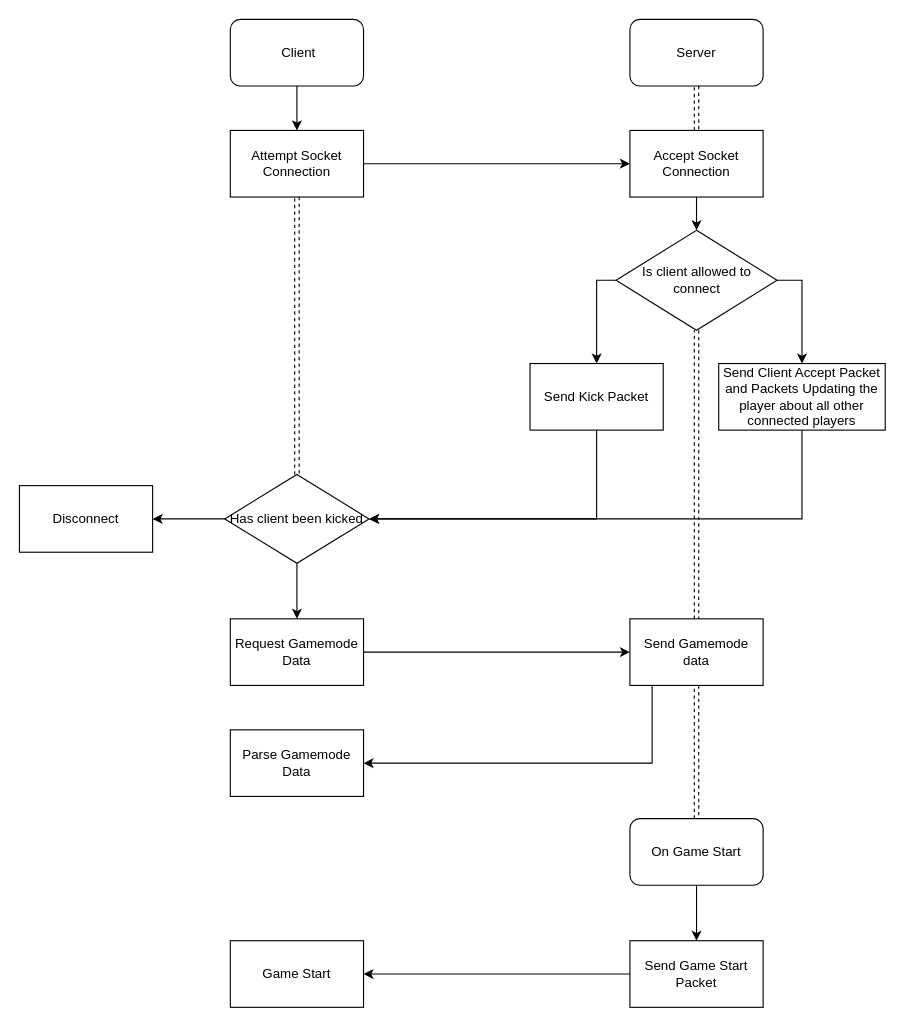
The draw.io diagram page "Pregame Flow" (4 of 5) of Plan Diagram (draw.io).drawio in Robert-M-Lucas/NEA, before the edit. Source tidied: cells renumbered, new cells numbered last; positions are measured from the earlier drawing's top-left corner, leaving out a move shared by most shapes. Both pictures are drawn from the tidied source at 111%, with x=0, y=0 at pixel (19, 19).
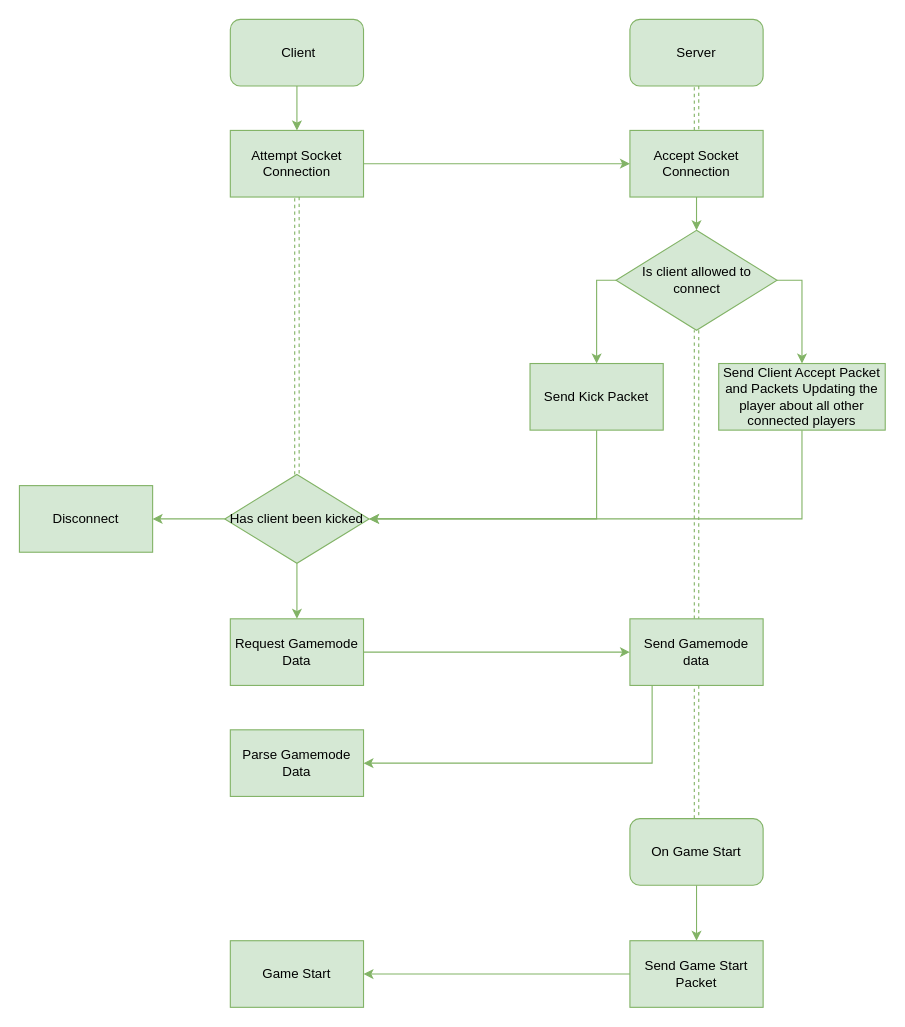
The same diagram, later.

The edit, as a diff of the source:
```diff
@@
-    <mxCell id="2" style="edgeStyle=orthogonalEdgeStyle;rounded=0;jettySize=auto;html=1;entryX=0.5;entryY=0;entryDx=0;entryDy=0;" parent="1" edge="1" source="3" target="6">
+    <mxCell id="2" style="edgeStyle=orthogonalEdgeStyle;rounded=0;jettySize=auto;html=1;entryX=0.5;entryY=0;entryDx=0;entryDy=0;fillColor=#d5e8d4;strokeColor=#82b366;" parent="1" edge="1" source="3" target="6">
       <mxGeometry relative="1" as="geometry" />
     </mxCell>
-    <mxCell id="3" value="&amp;nbsp;Client" style="rounded=1;whiteSpace=wrap;html=1;" parent="1" vertex="1">
+    <mxCell id="3" value="&amp;nbsp;Client" style="rounded=1;whiteSpace=wrap;html=1;fillColor=#d5e8d4;strokeColor=#82b366;" parent="1" vertex="1">
       <mxGeometry x="190" width="120" height="60" as="geometry" />
     </mxCell>
-    <mxCell id="4" style="edgeStyle=orthogonalEdgeStyle;rounded=0;jettySize=auto;html=1;entryX=0;entryY=0.5;entryDx=0;entryDy=0;" parent="1" edge="1" source="6" target="10">
+    <mxCell id="4" style="edgeStyle=orthogonalEdgeStyle;rounded=0;jettySize=auto;html=1;entryX=0;entryY=0.5;entryDx=0;entryDy=0;fillColor=#d5e8d4;strokeColor=#82b366;" parent="1" edge="1" source="6" target="10">
       <mxGeometry relative="1" as="geometry" />
     </mxCell>
-    <mxCell id="5" style="edgeStyle=orthogonalEdgeStyle;shape=link;rounded=0;jettySize=auto;html=1;exitX=0.5;exitY=1;exitDx=0;exitDy=0;entryX=0.5;entryY=0;entryDx=0;entryDy=0;dashed=1;" parent="1" edge="1" source="6" target="21">
+    <mxCell id="5" style="edgeStyle=orthogonalEdgeStyle;shape=link;rounded=0;jettySize=auto;html=1;exitX=0.5;exitY=1;exitDx=0;exitDy=0;entryX=0.5;entryY=0;entryDx=0;entryDy=0;dashed=1;fillColor=#d5e8d4;strokeColor=#82b366;" parent="1" edge="1" source="6" target="21">
       <mxGeometry relative="1" as="geometry" />
     </mxCell>
-    <mxCell id="6" value="Attempt Socket Connection" style="rounded=0;whiteSpace=wrap;html=1;" parent="1" vertex="1">
+    <mxCell id="6" value="Attempt Socket Connection" style="rounded=0;whiteSpace=wrap;html=1;fillColor=#d5e8d4;strokeColor=#82b366;" parent="1" vertex="1">
       <mxGeometry x="190" y="100" width="120" height="60" as="geometry" />
     </mxCell>
-    <mxCell id="7" style="edgeStyle=orthogonalEdgeStyle;shape=link;rounded=0;jettySize=auto;html=1;exitX=0.5;exitY=1;exitDx=0;exitDy=0;entryX=0.5;entryY=0;entryDx=0;entryDy=0;dashed=1;" parent="1" edge="1" source="8" target="10">
+    <mxCell id="7" style="edgeStyle=orthogonalEdgeStyle;shape=link;rounded=0;jettySize=auto;html=1;exitX=0.5;exitY=1;exitDx=0;exitDy=0;entryX=0.5;entryY=0;entryDx=0;entryDy=0;dashed=1;fillColor=#d5e8d4;strokeColor=#82b366;" parent="1" edge="1" source="8" target="10">
       <mxGeometry relative="1" as="geometry" />
     </mxCell>
-    <mxCell id="8" value="Server" style="rounded=1;whiteSpace=wrap;html=1;" parent="1" vertex="1">
+    <mxCell id="8" value="Server" style="rounded=1;whiteSpace=wrap;html=1;fillColor=#d5e8d4;strokeColor=#82b366;" parent="1" vertex="1">
       <mxGeometry x="550" width="120" height="60" as="geometry" />
     </mxCell>
-    <mxCell id="9" style="edgeStyle=orthogonalEdgeStyle;rounded=0;jettySize=auto;html=1;" parent="1" edge="1" source="10" target="14">
+    <mxCell id="9" style="edgeStyle=orthogonalEdgeStyle;rounded=0;jettySize=auto;html=1;fillColor=#d5e8d4;strokeColor=#82b366;" parent="1" edge="1" source="10" target="14">
       <mxGeometry relative="1" as="geometry" />
     </mxCell>
-    <mxCell id="10" value="Accept Socket Connection" style="rounded=0;whiteSpace=wrap;html=1;" parent="1" vertex="1">
+    <mxCell id="10" value="Accept Socket Connection" style="rounded=0;whiteSpace=wrap;html=1;fillColor=#d5e8d4;strokeColor=#82b366;" parent="1" vertex="1">
       <mxGeometry x="550" y="100" width="120" height="60" as="geometry" />
     </mxCell>
-    <mxCell id="11" style="edgeStyle=orthogonalEdgeStyle;rounded=0;jettySize=auto;html=1;entryX=0.5;entryY=0;entryDx=0;entryDy=0;" parent="1" edge="1" source="14" target="16">
+    <mxCell id="11" style="edgeStyle=orthogonalEdgeStyle;rounded=0;jettySize=auto;html=1;entryX=0.5;entryY=0;entryDx=0;entryDy=0;fillColor=#d5e8d4;strokeColor=#82b366;" parent="1" edge="1" source="14" target="16">
       <mxGeometry relative="1" as="geometry">
         <Array as="points">
           <mxPoint x="520" y="235" />
         </Array>
       </mxGeometry>
     </mxCell>
-    <mxCell id="12" style="edgeStyle=orthogonalEdgeStyle;rounded=0;jettySize=auto;html=1;exitX=1;exitY=0.5;exitDx=0;exitDy=0;entryX=0.5;entryY=0;entryDx=0;entryDy=0;" parent="1" edge="1" source="14" target="18">
+    <mxCell id="12" style="edgeStyle=orthogonalEdgeStyle;rounded=0;jettySize=auto;html=1;exitX=1;exitY=0.5;exitDx=0;exitDy=0;entryX=0.5;entryY=0;entryDx=0;entryDy=0;fillColor=#d5e8d4;strokeColor=#82b366;" parent="1" edge="1" source="14" target="18">
       <mxGeometry relative="1" as="geometry" />
     </mxCell>
-    <mxCell id="13" style="edgeStyle=orthogonalEdgeStyle;shape=link;rounded=0;jettySize=auto;html=1;exitX=0.5;exitY=1;exitDx=0;exitDy=0;entryX=0.5;entryY=0;entryDx=0;entryDy=0;dashed=1;" parent="1" edge="1" source="14" target="27">
+    <mxCell id="13" style="edgeStyle=orthogonalEdgeStyle;shape=link;rounded=0;jettySize=auto;html=1;exitX=0.5;exitY=1;exitDx=0;exitDy=0;entryX=0.5;entryY=0;entryDx=0;entryDy=0;dashed=1;fillColor=#d5e8d4;strokeColor=#82b366;" parent="1" edge="1" source="14" target="27">
       <mxGeometry relative="1" as="geometry" />
     </mxCell>
-    <mxCell id="14" value="Is client allowed to connect" style="rhombus;whiteSpace=wrap;html=1;rounded=0;" parent="1" vertex="1">
+    <mxCell id="14" value="Is client allowed to connect" style="rhombus;whiteSpace=wrap;html=1;rounded=0;fillColor=#d5e8d4;strokeColor=#82b366;" parent="1" vertex="1">
       <mxGeometry x="537.5" y="190" width="145" height="90" as="geometry" />
     </mxCell>
-    <mxCell id="15" style="edgeStyle=orthogonalEdgeStyle;rounded=0;jettySize=auto;html=1;entryX=1;entryY=0.5;entryDx=0;entryDy=0;" parent="1" edge="1" source="16" target="21">
+    <mxCell id="15" style="edgeStyle=orthogonalEdgeStyle;rounded=0;jettySize=auto;html=1;entryX=1;entryY=0.5;entryDx=0;entryDy=0;fillColor=#d5e8d4;strokeColor=#82b366;" parent="1" edge="1" source="16" target="21">
       <mxGeometry relative="1" as="geometry">
         <Array as="points">
           <mxPoint x="520" y="450" />
         </Array>
       </mxGeometry>
     </mxCell>
-    <mxCell id="16" value="Send Kick Packet" style="rounded=0;whiteSpace=wrap;html=1;" parent="1" vertex="1">
+    <mxCell id="16" value="Send Kick Packet" style="rounded=0;whiteSpace=wrap;html=1;fillColor=#d5e8d4;strokeColor=#82b366;" parent="1" vertex="1">
       <mxGeometry x="460" y="310" width="120" height="60" as="geometry" />
     </mxCell>
-    <mxCell id="17" style="edgeStyle=orthogonalEdgeStyle;rounded=0;jettySize=auto;html=1;entryX=1;entryY=0.5;entryDx=0;entryDy=0;" parent="1" edge="1" source="18" target="21">
+    <mxCell id="17" style="edgeStyle=orthogonalEdgeStyle;rounded=0;jettySize=auto;html=1;entryX=1;entryY=0.5;entryDx=0;entryDy=0;fillColor=#d5e8d4;strokeColor=#82b366;" parent="1" edge="1" source="18" target="21">
       <mxGeometry relative="1" as="geometry">
         <Array as="points">
           <mxPoint x="705" y="450" />
         </Array>
       </mxGeometry>
     </mxCell>
-    <mxCell id="18" value="Send Client Accept Packet and Packets Updating the player about all other connected players" style="rounded=0;whiteSpace=wrap;html=1;" parent="1" vertex="1">
+    <mxCell id="18" value="Send Client Accept Packet and Packets Updating the player about all other connected players" style="rounded=0;whiteSpace=wrap;html=1;fillColor=#d5e8d4;strokeColor=#82b366;" parent="1" vertex="1">
       <mxGeometry x="630" y="310" width="150" height="60" as="geometry" />
     </mxCell>
-    <mxCell id="19" style="edgeStyle=orthogonalEdgeStyle;rounded=0;jettySize=auto;html=1;entryX=1;entryY=0.5;entryDx=0;entryDy=0;" parent="1" edge="1" source="21" target="22">
+    <mxCell id="19" style="edgeStyle=orthogonalEdgeStyle;rounded=0;jettySize=auto;html=1;entryX=1;entryY=0.5;entryDx=0;entryDy=0;fillColor=#d5e8d4;strokeColor=#82b366;" parent="1" edge="1" source="21" target="22">
       <mxGeometry relative="1" as="geometry" />
     </mxCell>
-    <mxCell id="20" style="edgeStyle=orthogonalEdgeStyle;rounded=0;jettySize=auto;html=1;exitX=0.5;exitY=1;exitDx=0;exitDy=0;entryX=0.5;entryY=0;entryDx=0;entryDy=0;" parent="1" edge="1" source="21" target="24">
+    <mxCell id="20" style="edgeStyle=orthogonalEdgeStyle;rounded=0;jettySize=auto;html=1;exitX=0.5;exitY=1;exitDx=0;exitDy=0;entryX=0.5;entryY=0;entryDx=0;entryDy=0;fillColor=#d5e8d4;strokeColor=#82b366;" parent="1" edge="1" source="21" target="24">
       <mxGeometry relative="1" as="geometry" />
     </mxCell>
-    <mxCell id="21" value="Has client been kicked" style="rhombus;whiteSpace=wrap;html=1;" parent="1" vertex="1">
+    <mxCell id="21" value="Has client been kicked" style="rhombus;whiteSpace=wrap;html=1;fillColor=#d5e8d4;strokeColor=#82b366;" parent="1" vertex="1">
       <mxGeometry x="185" y="410" width="130" height="80" as="geometry" />
     </mxCell>
-    <mxCell id="22" value="Disconnect" style="rounded=0;whiteSpace=wrap;html=1;" parent="1" vertex="1">
+    <mxCell id="22" value="Disconnect" style="rounded=0;whiteSpace=wrap;html=1;fillColor=#d5e8d4;strokeColor=#82b366;" parent="1" vertex="1">
       <mxGeometry y="420" width="120" height="60" as="geometry" />
     </mxCell>
-    <mxCell id="23" style="edgeStyle=orthogonalEdgeStyle;rounded=0;jettySize=auto;html=1;exitX=1;exitY=0.5;exitDx=0;exitDy=0;entryX=0;entryY=0.5;entryDx=0;entryDy=0;" parent="1" edge="1" source="24" target="27">
+    <mxCell id="23" style="edgeStyle=orthogonalEdgeStyle;rounded=0;jettySize=auto;html=1;exitX=1;exitY=0.5;exitDx=0;exitDy=0;entryX=0;entryY=0.5;entryDx=0;entryDy=0;fillColor=#d5e8d4;strokeColor=#82b366;" parent="1" edge="1" source="24" target="27">
       <mxGeometry relative="1" as="geometry" />
     </mxCell>
-    <mxCell id="24" value="Request Gamemode Data" style="rounded=0;whiteSpace=wrap;html=1;" parent="1" vertex="1">
+    <mxCell id="24" value="Request Gamemode Data" style="rounded=0;whiteSpace=wrap;html=1;fillColor=#d5e8d4;strokeColor=#82b366;" parent="1" vertex="1">
       <mxGeometry x="190" y="540" width="120" height="60" as="geometry" />
     </mxCell>
-    <mxCell id="25" style="edgeStyle=orthogonalEdgeStyle;rounded=0;jettySize=auto;html=1;exitX=0;exitY=0.5;exitDx=0;exitDy=0;entryX=1;entryY=0.5;entryDx=0;entryDy=0;" parent="1" edge="1" source="27" target="28">
+    <mxCell id="25" style="edgeStyle=orthogonalEdgeStyle;rounded=0;jettySize=auto;html=1;exitX=0;exitY=0.5;exitDx=0;exitDy=0;entryX=1;entryY=0.5;entryDx=0;entryDy=0;fillColor=#d5e8d4;strokeColor=#82b366;" parent="1" edge="1" source="27" target="28">
       <mxGeometry relative="1" as="geometry">
         <Array as="points">
           <mxPoint x="570" y="570" />
           <mxPoint x="570" y="670" />
         </Array>
       </mxGeometry>
     </mxCell>
-    <mxCell id="26" style="edgeStyle=orthogonalEdgeStyle;shape=link;rounded=0;jettySize=auto;html=1;entryX=0.5;entryY=0;entryDx=0;entryDy=0;dashed=1;" parent="1" edge="1" source="27" target="30">
+    <mxCell id="26" style="edgeStyle=orthogonalEdgeStyle;shape=link;rounded=0;jettySize=auto;html=1;entryX=0.5;entryY=0;entryDx=0;entryDy=0;dashed=1;fillColor=#d5e8d4;strokeColor=#82b366;" parent="1" edge="1" source="27" target="30">
       <mxGeometry relative="1" as="geometry" />
     </mxCell>
-    <mxCell id="27" value="Send Gamemode data" style="rounded=0;whiteSpace=wrap;html=1;" parent="1" vertex="1">
+    <mxCell id="27" value="Send Gamemode data" style="rounded=0;whiteSpace=wrap;html=1;fillColor=#d5e8d4;strokeColor=#82b366;" parent="1" vertex="1">
       <mxGeometry x="550" y="540" width="120" height="60" as="geometry" />
     </mxCell>
-    <mxCell id="28" value="Parse Gamemode Data" style="rounded=0;whiteSpace=wrap;html=1;" parent="1" vertex="1">
+    <mxCell id="28" value="Parse Gamemode Data" style="rounded=0;whiteSpace=wrap;html=1;fillColor=#d5e8d4;strokeColor=#82b366;" parent="1" vertex="1">
       <mxGeometry x="190" y="640" width="120" height="60" as="geometry" />
     </mxCell>
-    <mxCell id="29" style="edgeStyle=orthogonalEdgeStyle;rounded=0;jettySize=auto;html=1;entryX=0.5;entryY=0;entryDx=0;entryDy=0;" parent="1" edge="1" source="30" target="32">
+    <mxCell id="29" style="edgeStyle=orthogonalEdgeStyle;rounded=0;jettySize=auto;html=1;entryX=0.5;entryY=0;entryDx=0;entryDy=0;fillColor=#d5e8d4;strokeColor=#82b366;" parent="1" edge="1" source="30" target="32">
       <mxGeometry relative="1" as="geometry" />
     </mxCell>
-    <mxCell id="30" value="On Game Start" style="rounded=1;whiteSpace=wrap;html=1;" parent="1" vertex="1">
+    <mxCell id="30" value="On Game Start" style="rounded=1;whiteSpace=wrap;html=1;fillColor=#d5e8d4;strokeColor=#82b366;" parent="1" vertex="1">
       <mxGeometry x="550" y="720" width="120" height="60" as="geometry" />
     </mxCell>
-    <mxCell id="31" style="edgeStyle=orthogonalEdgeStyle;rounded=0;jettySize=auto;html=1;entryX=1;entryY=0.5;entryDx=0;entryDy=0;" parent="1" edge="1" source="32" target="33">
+    <mxCell id="31" style="edgeStyle=orthogonalEdgeStyle;rounded=0;jettySize=auto;html=1;entryX=1;entryY=0.5;entryDx=0;entryDy=0;fillColor=#d5e8d4;strokeColor=#82b366;" parent="1" edge="1" source="32" target="33">
       <mxGeometry relative="1" as="geometry" />
     </mxCell>
-    <mxCell id="32" value="Send Game Start Packet" style="rounded=0;whiteSpace=wrap;html=1;" parent="1" vertex="1">
+    <mxCell id="32" value="Send Game Start Packet" style="rounded=0;whiteSpace=wrap;html=1;fillColor=#d5e8d4;strokeColor=#82b366;" parent="1" vertex="1">
       <mxGeometry x="550" y="830" width="120" height="60" as="geometry" />
     </mxCell>
-    <mxCell id="33" value="Game Start" style="rounded=0;whiteSpace=wrap;html=1;" parent="1" vertex="1">
+    <mxCell id="33" value="Game Start" style="rounded=0;whiteSpace=wrap;html=1;fillColor=#d5e8d4;strokeColor=#82b366;" parent="1" vertex="1">
       <mxGeometry x="190" y="830" width="120" height="60" as="geometry" />
     </mxCell>
```
